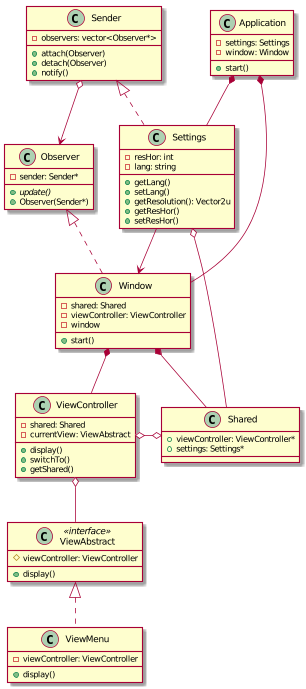
The PlantUML diagram docs/UML/ClassUML.png in ArturBa/AlmostAgricola, before a commit.
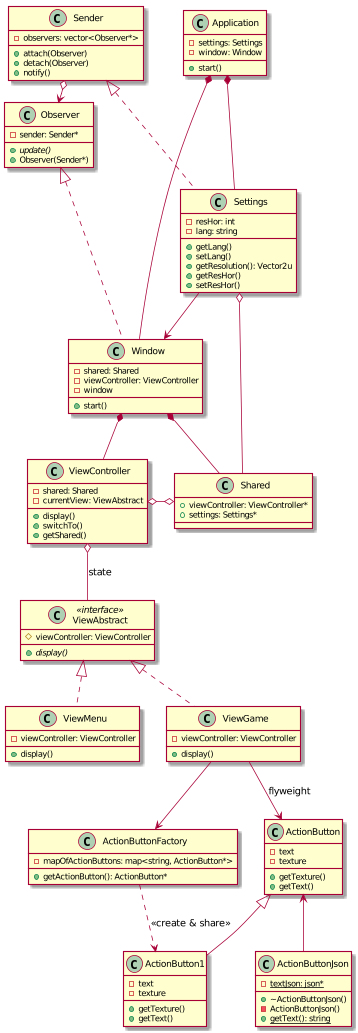
After the change.

Diff of the diagram source:
```diff
@@ -27,7 +27,7 @@
 
 class ViewAbstract <<interface >>{
     # viewController: ViewController
-    + display()
+    + {abstract} display()
 }
 
 class Settings {
@@ -59,13 +59,53 @@
     + start()
 }
 
+class ViewGame{
+    - viewController: ViewController
+    + display()
+}
+
+class ActionButtonFactory {
+    - mapOfActionButtons: map<string, ActionButton*>
+    + getActionButton(): ActionButton*
+}
+
+class ActionButton{
+    - text
+    - texture
+    + getTexture()
+    + getText()
+}
+
+class ActionButton1{
+    - text
+    - texture
+    + getTexture()
+    + getText()
+}
+
+class ActionButtonJson{
+    + ~ActionButtonJson()
+    - ActionButtonJson()
+    + {static} getText(): string
+    - {static} textJson: json*
+}
+
+
+
 Window *-- ViewController
 Window *-- Shared
 
 ViewController o-o Shared
 
 ViewAbstract <|.. ViewMenu
-ViewController o-- ViewAbstract
+ViewAbstract <|.. ViewGame
+ViewController o-- ViewAbstract: state
+
+ActionButton <|-- ActionButton1
+ActionButton <-- ActionButtonJson
+ViewGame --> ActionButtonFactory
+ViewGame --> ActionButton: flyweight
+ActionButtonFactory ..> ActionButton1: <<create & share>>
 
 Sender <|.. Settings
 Sender o->Observer
```
